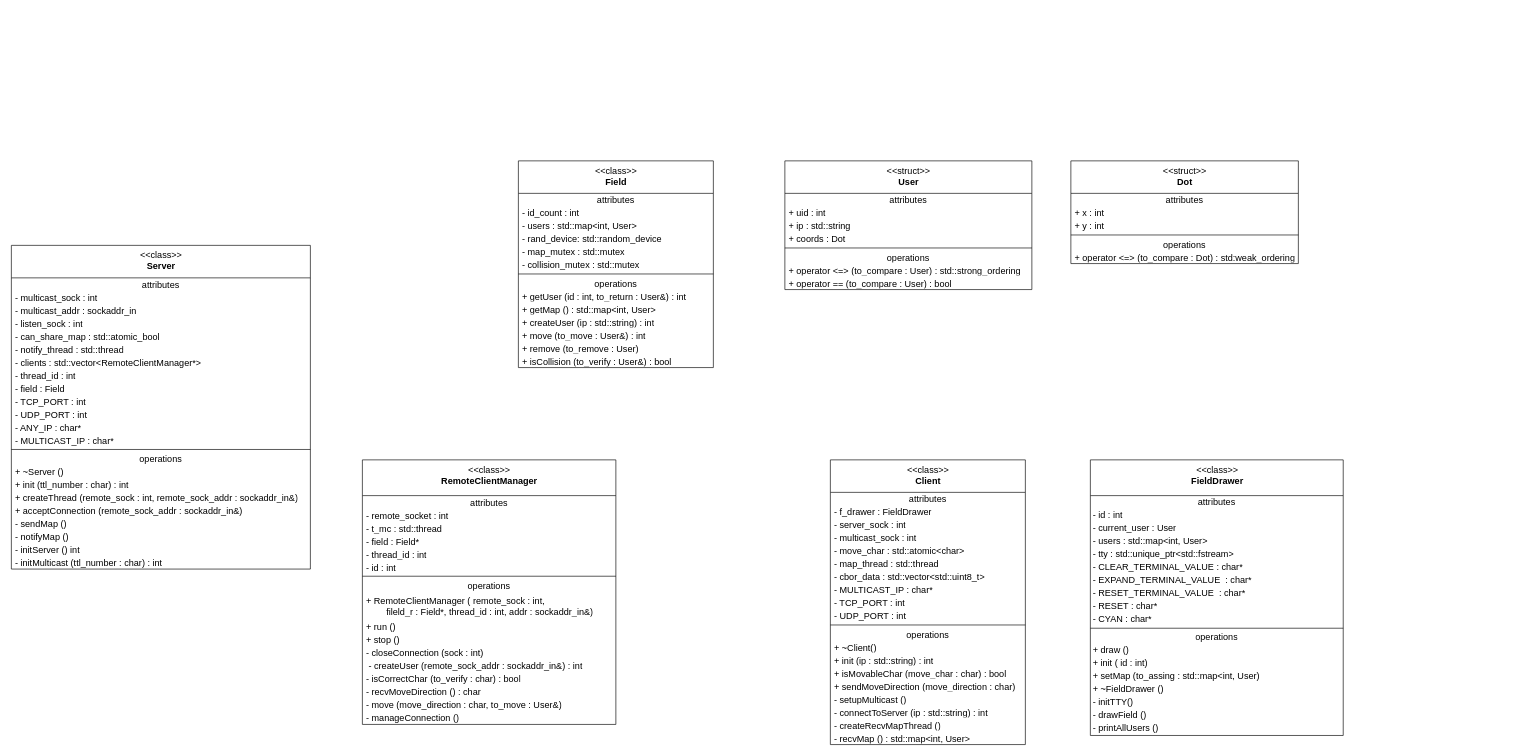
Earlier version of the draw.io diagram page "Page-1" (1 of 2) of doc/Classes.drawio (andrii-mykhash/GL-Project). Source tidied: cells renumbered, new cells numbered last; positions are measured from the earlier drawing's top-left corner, leaving out a move shared by most shapes. Both pictures are drawn from the tidied source at 65%, with x=0, y=0 at pixel (11, 161).
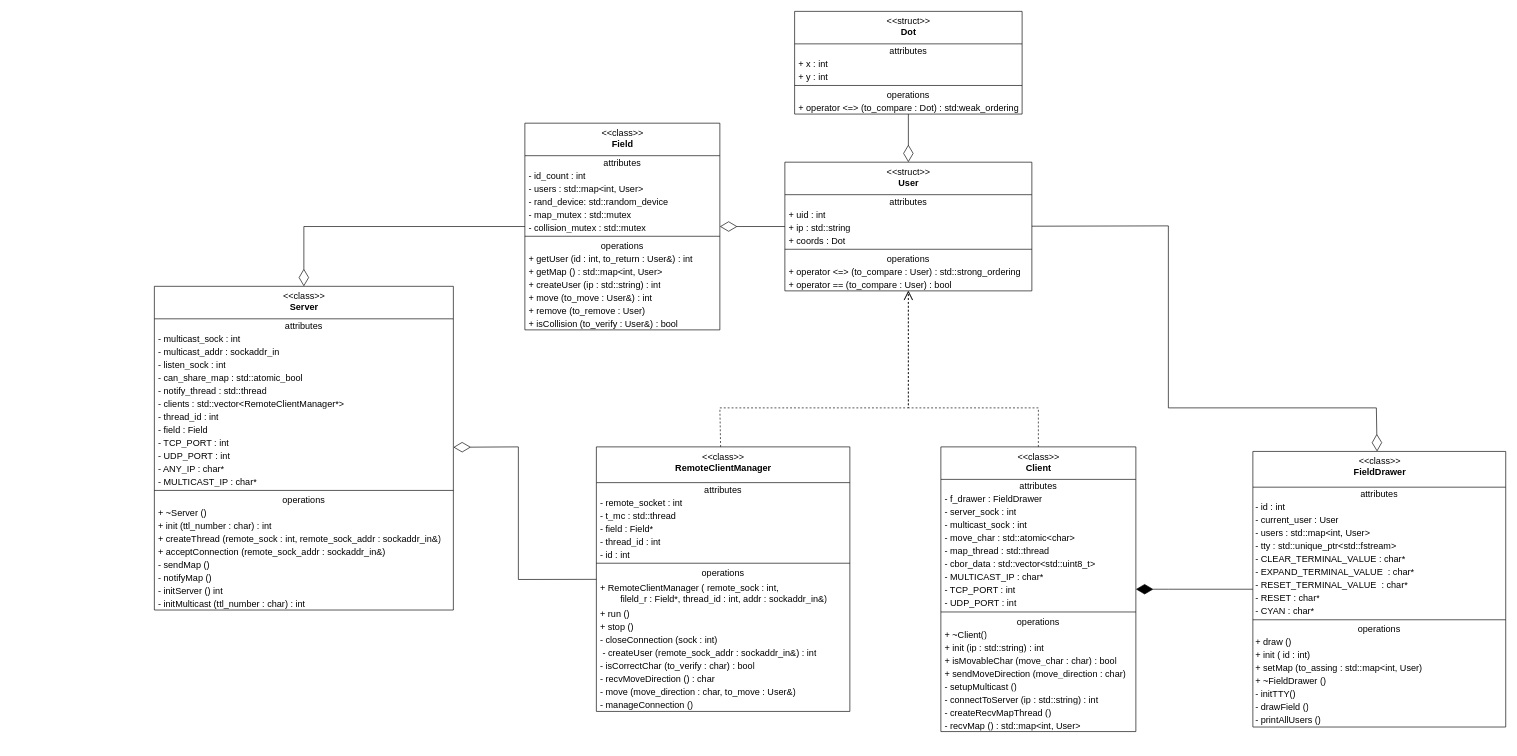
The same page after the edit.

What changed in the source:
```diff
@@
     <mxCell id="2" value="&amp;lt;&amp;lt;class&amp;gt;&amp;gt;&lt;br style=&quot;font-size: 14px;&quot;&gt;&lt;b style=&quot;font-size: 14px;&quot;&gt;Field&lt;/b&gt;" style="swimlane;fontStyle=0;align=center;verticalAlign=top;horizontal=1;startSize=50;html=1;fontSize=14;" parent="1" vertex="1">
-      <mxGeometry x="780" width="300" height="318" as="geometry" />
+      <mxGeometry x="790" y="-58" width="300" height="318" as="geometry" />
     </mxCell>
@@
     <mxCell id="17" value="&amp;lt;&amp;lt;struct&amp;gt;&amp;gt;&lt;br style=&quot;font-size: 14px;&quot;&gt;&lt;b style=&quot;font-size: 14px;&quot;&gt;User&lt;/b&gt;" style="swimlane;fontStyle=0;align=center;verticalAlign=top;horizontal=1;startSize=50;html=1;fontSize=14;" parent="1" vertex="1">
-      <mxGeometry x="1190" width="380" height="198" as="geometry" />
+      <mxGeometry x="1190" y="2" width="380" height="198" as="geometry" />
     </mxCell>
@@
     <mxCell id="26" value="&amp;lt;&amp;lt;struct&amp;gt;&amp;gt;&lt;br style=&quot;font-size: 14px;&quot;&gt;&lt;b style=&quot;font-size: 14px;&quot;&gt;Dot&lt;/b&gt;" style="swimlane;fontStyle=0;align=center;verticalAlign=top;horizontal=1;startSize=50;html=1;fontSize=14;" parent="1" vertex="1">
-      <mxGeometry x="1630" width="350" height="158" as="geometry" />
+      <mxGeometry x="1205" y="-230" width="350" height="158" as="geometry" />
     </mxCell>
@@
     <mxCell id="33" value="&amp;lt;&amp;lt;class&amp;gt;&amp;gt;&lt;br style=&quot;font-size: 14px;&quot;&gt;&lt;b style=&quot;font-size: 14px;&quot;&gt;Client&lt;/b&gt;" style="swimlane;fontStyle=0;align=center;verticalAlign=top;horizontal=1;startSize=50;html=1;fontSize=14;" parent="1" vertex="1">
-      <mxGeometry x="1260" y="460" width="300" height="438" as="geometry" />
+      <mxGeometry x="1430" y="440" width="300" height="438" as="geometry" />
     </mxCell>
@@
     <mxCell id="54" value="&amp;lt;&amp;lt;class&amp;gt;&amp;gt;&lt;br style=&quot;font-size: 14px;&quot;&gt;&lt;b style=&quot;font-size: 14px;&quot;&gt;FieldDrawer&lt;/b&gt;" style="swimlane;fontStyle=0;align=center;verticalAlign=top;horizontal=1;startSize=55;html=1;fontSize=14;spacing=2;swimlaneLine=1;glass=0;arcSize=15;" parent="1" vertex="1">
-      <mxGeometry x="1660" y="460" width="389" height="424" as="geometry" />
+      <mxGeometry x="1910" y="447" width="389" height="424" as="geometry" />
     </mxCell>
@@
     <mxCell id="74" value="&amp;lt;&amp;lt;class&amp;gt;&amp;gt;&lt;br&gt;&lt;b&gt;RemoteClientManager&lt;/b&gt;" style="swimlane;fontStyle=0;align=center;verticalAlign=top;horizontal=1;startSize=55;html=1;glass=0;fontFamily=Helvetica;fontSize=14;fontColor=default;strokeColor=default;fillColor=default;" parent="1" vertex="1">
-      <mxGeometry x="540" y="460" width="390" height="407" as="geometry" />
+      <mxGeometry x="900" y="440" width="390" height="407" as="geometry" />
     </mxCell>
@@
     <mxCell id="92" value="&amp;lt;&amp;lt;class&amp;gt;&amp;gt;&lt;br style=&quot;font-size: 14px&quot;&gt;&lt;b&gt;Server&lt;/b&gt;" style="swimlane;fontStyle=0;align=center;verticalAlign=top;horizontal=1;startSize=50;html=1;fontSize=14;" parent="1" vertex="1">
-      <mxGeometry y="130" width="460" height="498" as="geometry" />
+      <mxGeometry x="220" y="193" width="460" height="498" as="geometry" />
     </mxCell>
@@
+    <mxCell id="116" style="endArrow=diamondThin;endFill=0;endSize=24;html=1;rounded=0;" parent="1" edge="1" source="26" target="17">
+      <mxGeometry relative="1" as="geometry" />
+    </mxCell>
+    <mxCell id="117" style="endArrow=open;endSize=12;dashed=1;html=1;rounded=0;" parent="1" edge="1" source="74" target="17">
+      <mxGeometry x="-0.25" relative="1" as="geometry">
+        <Array as="points">
+          <mxPoint x="1090" y="380" />
+          <mxPoint x="1380" y="380" />
+        </Array>
+      </mxGeometry>
+    </mxCell>
+    <mxCell id="118" style="endArrow=open;endSize=12;dashed=1;html=1;rounded=0;" parent="1" edge="1" source="33" target="17">
+      <mxGeometry x="-0.27" relative="1" as="geometry">
+        <Array as="points">
+          <mxPoint x="1580" y="380" />
+          <mxPoint x="1380" y="380" />
+        </Array>
+      </mxGeometry>
+    </mxCell>
+    <mxCell id="119" style="endArrow=diamondThin;endFill=0;endSize=24;html=1;rounded=0;" parent="1" edge="1" source="74" target="92">
+      <mxGeometry relative="1" as="geometry">
+        <Array as="points">
+          <mxPoint x="780" y="644" />
+          <mxPoint x="780" y="440" />
+        </Array>
+      </mxGeometry>
+    </mxCell>
+    <mxCell id="120" style="endArrow=diamondThin;endFill=1;endSize=24;html=1;rounded=0;" parent="1" edge="1" source="54" target="33">
+      <mxGeometry relative="1" as="geometry">
+        <Array as="points">
+          <mxPoint x="1780" y="659" />
+        </Array>
+      </mxGeometry>
+    </mxCell>
+    <mxCell id="121" style="endArrow=diamondThin;endFill=0;endSize=24;html=1;rounded=0;" parent="1" edge="1" source="17" target="54">
+      <mxGeometry relative="1" as="geometry">
+        <Array as="points">
+          <mxPoint x="1780" y="100" />
+          <mxPoint x="1780" y="380" />
+          <mxPoint x="2100" y="380" />
+        </Array>
+      </mxGeometry>
+    </mxCell>
+    <mxCell id="122" style="endArrow=diamondThin;endFill=0;endSize=24;html=1;rounded=0;" parent="1" edge="1" source="17" target="2">
+      <mxGeometry relative="1" as="geometry" />
+    </mxCell>
+    <mxCell id="123" style="endArrow=diamondThin;endFill=0;endSize=24;html=1;rounded=0;" parent="1" edge="1" source="2" target="92">
+      <mxGeometry relative="1" as="geometry">
+        <Array as="points">
+          <mxPoint x="450" y="101" />
+        </Array>
+      </mxGeometry>
+    </mxCell>
```
